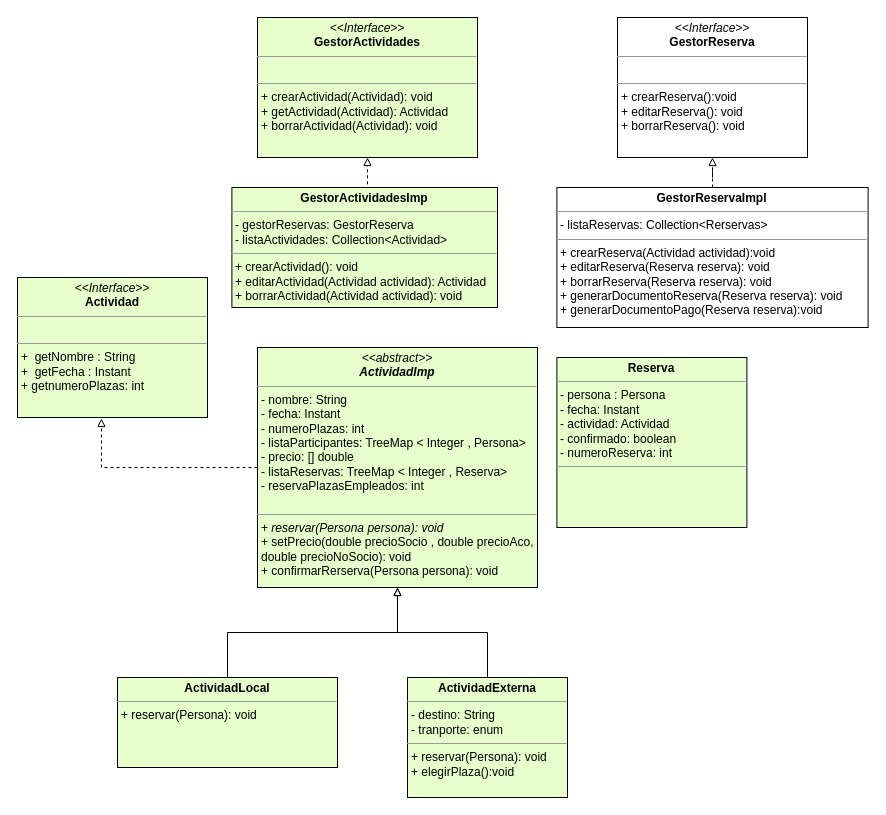
This is Diagramas/ALUMA modelo Domino.drawio from Rechus/Aluma-Back, a draw.io file, before an edit. Source tidied: cells renumbered, new cells numbered last; positions are measured from the earlier drawing's top-left corner, leaving out a move shared by most shapes. Both pictures are drawn from the tidied source at 100%, with x=0, y=0 at pixel (17, 17).
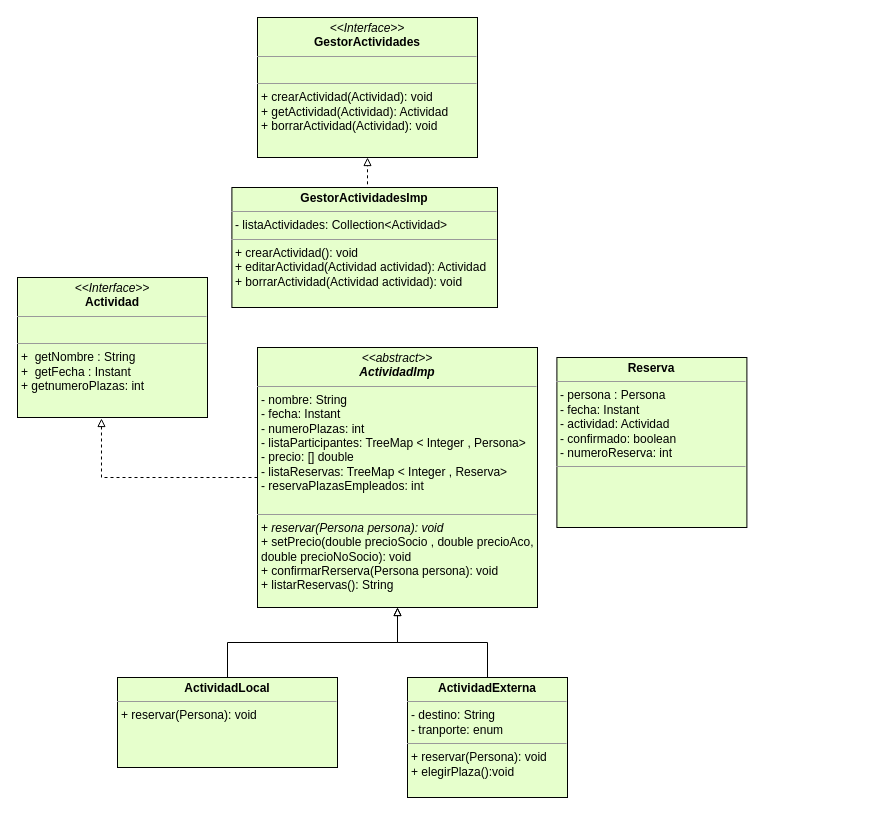
The same page after the edit.

Diff of the diagram source:
```diff
@@
 <mxGraphModel>
   <root>
     <mxCell id="0" />
     <mxCell id="1" parent="0" />
     <mxCell id="2" value="&lt;p style=&quot;margin: 0px ; margin-top: 4px ; text-align: center&quot;&gt;&lt;i&gt;&amp;lt;&amp;lt;Interface&amp;gt;&amp;gt;&lt;/i&gt;&lt;br&gt;&lt;b&gt;GestorActividades&lt;/b&gt;&lt;/p&gt;&lt;hr size=&quot;1&quot;&gt;&lt;p style=&quot;margin: 0px ; margin-left: 4px&quot;&gt;&lt;br&gt;&lt;/p&gt;&lt;hr size=&quot;1&quot;&gt;&lt;p style=&quot;margin: 0px ; margin-left: 4px&quot;&gt;+ crearActividad(Actividad): void&lt;/p&gt;&lt;p style=&quot;margin: 0px ; margin-left: 4px&quot;&gt;+ getActividad(Actividad): Actividad&lt;/p&gt;&lt;p style=&quot;margin: 0px ; margin-left: 4px&quot;&gt;+ borrarActividad(Actividad): void&lt;br&gt;&lt;/p&gt;" style="verticalAlign=top;align=left;overflow=fill;fontSize=12;fontFamily=Helvetica;html=1;fillColor=#E6FFCC;" parent="1" vertex="1">
       <mxGeometry x="240" width="220" height="140" as="geometry" />
     </mxCell>
     <mxCell id="3" style="edgeStyle=orthogonalEdgeStyle;rounded=0;jettySize=auto;html=1;exitX=0.5;exitY=0;exitDx=0;exitDy=0;entryX=0.5;entryY=1;entryDx=0;entryDy=0;dashed=1;endArrow=block;endFill=0;" parent="1" edge="1" source="4" target="2">
       <mxGeometry relative="1" as="geometry" />
     </mxCell>
-    <mxCell id="4" value="&lt;p style=&quot;margin: 0px ; margin-top: 4px ; text-align: center&quot;&gt;&lt;b&gt;GestorActividadesImp&lt;/b&gt;&lt;/p&gt;&lt;hr size=&quot;1&quot;&gt;&lt;p style=&quot;margin: 0px ; margin-left: 4px&quot;&gt;- gestorReservas: GestorReserva&lt;/p&gt;&lt;p style=&quot;margin: 0px ; margin-left: 4px&quot;&gt;- listaActividades: Collection&amp;lt;Actividad&amp;gt;&lt;/p&gt;&lt;hr size=&quot;1&quot;&gt;&lt;p style=&quot;margin: 0px 0px 0px 4px&quot;&gt;+ crearActividad(): void&lt;/p&gt;&lt;p style=&quot;margin: 0px 0px 0px 4px&quot;&gt;+ editarActividad(Actividad actividad): Actividad&lt;/p&gt;&lt;p style=&quot;margin: 0px 0px 0px 4px&quot;&gt;+ borrarActividad(Actividad actividad): void&lt;/p&gt;" style="verticalAlign=top;align=left;overflow=fill;fontSize=12;fontFamily=Helvetica;html=1;fillColor=#E6FFCC;" parent="1" vertex="1">
+    <mxCell id="4" value="&lt;p style=&quot;margin: 0px ; margin-top: 4px ; text-align: center&quot;&gt;&lt;b&gt;GestorActividadesImp&lt;/b&gt;&lt;/p&gt;&lt;hr size=&quot;1&quot;&gt;&lt;p style=&quot;margin: 0px ; margin-left: 4px&quot;&gt;&lt;span&gt;- listaActividades: Collection&amp;lt;Actividad&amp;gt;&lt;/span&gt;&lt;br&gt;&lt;/p&gt;&lt;hr size=&quot;1&quot;&gt;&lt;p style=&quot;margin: 0px 0px 0px 4px&quot;&gt;+ crearActividad(): void&lt;/p&gt;&lt;p style=&quot;margin: 0px 0px 0px 4px&quot;&gt;+ editarActividad(Actividad actividad): Actividad&lt;/p&gt;&lt;p style=&quot;margin: 0px 0px 0px 4px&quot;&gt;+ borrarActividad(Actividad actividad): void&lt;/p&gt;" style="verticalAlign=top;align=left;overflow=fill;fontSize=12;fontFamily=Helvetica;html=1;fillColor=#E6FFCC;" parent="1" vertex="1">
       <mxGeometry x="214.4" y="170" width="265.6" height="120" as="geometry" />
     </mxCell>
     <mxCell id="5" style="edgeStyle=orthogonalEdgeStyle;rounded=0;jettySize=auto;html=1;dashed=1;endArrow=block;endFill=0;entryX=0.442;entryY=1.007;entryDx=0;entryDy=0;entryPerimeter=0;" parent="1" edge="1" source="6" target="14">
       <mxGeometry relative="1" as="geometry" />
     </mxCell>
-    <mxCell id="6" value="&lt;p style=&quot;margin: 0px ; margin-top: 4px ; text-align: center&quot;&gt;&lt;i&gt;&amp;lt;&amp;lt;abstract&amp;gt;&amp;gt;&lt;/i&gt;&lt;br&gt;&lt;b&gt;&lt;i&gt;ActividadImp&lt;/i&gt;&lt;/b&gt;&lt;/p&gt;&lt;hr size=&quot;1&quot;&gt;&lt;p style=&quot;margin: 0px ; margin-left: 4px&quot;&gt;- nombre: String&lt;br&gt;- fecha: Instant&lt;/p&gt;&lt;p style=&quot;margin: 0px ; margin-left: 4px&quot;&gt;- numeroPlazas: int&lt;/p&gt;&lt;p style=&quot;margin: 0px ; margin-left: 4px&quot;&gt;- listaParticipantes: TreeMap &amp;lt; Integer , Persona&amp;gt;&lt;br&gt;&lt;/p&gt;&lt;p style=&quot;margin: 0px ; margin-left: 4px&quot;&gt;- precio: [] double&lt;/p&gt;&lt;p style=&quot;margin: 0px ; margin-left: 4px&quot;&gt;- listaReservas: TreeMap &amp;lt; Integer , Reserva&amp;gt;&lt;/p&gt;&lt;p style=&quot;margin: 0px ; margin-left: 4px&quot;&gt;- reservaPlazasEmpleados: int&lt;/p&gt;&lt;p style=&quot;margin: 0px ; margin-left: 4px&quot;&gt;&lt;br&gt;&lt;/p&gt;&lt;hr size=&quot;1&quot;&gt;&lt;p style=&quot;margin: 0px ; margin-left: 4px&quot;&gt;+ &lt;i&gt;reservar(Persona persona): void&lt;/i&gt;&lt;/p&gt;&lt;p style=&quot;margin: 0px ; margin-left: 4px&quot;&gt;+ setPrecio(double precioSocio , double precioAco,&lt;/p&gt;&lt;p style=&quot;margin: 0px ; margin-left: 4px&quot;&gt;double precioNoSocio): void&lt;/p&gt;&lt;p style=&quot;margin: 0px ; margin-left: 4px&quot;&gt;+ confirmarRerserva(Persona persona): void&lt;/p&gt;&lt;p style=&quot;margin: 0px ; margin-left: 4px&quot;&gt;&lt;br&gt;&lt;/p&gt;&lt;p style=&quot;margin: 0px ; margin-left: 4px&quot;&gt;&lt;br&gt;&lt;/p&gt;" style="verticalAlign=top;align=left;overflow=fill;fontSize=12;fontFamily=Helvetica;html=1;fillColor=#E6FFCC;" parent="1" vertex="1">
-      <mxGeometry x="240" y="330" width="280" height="240" as="geometry" />
+    <mxCell id="6" value="&lt;p style=&quot;margin: 0px ; margin-top: 4px ; text-align: center&quot;&gt;&lt;i&gt;&amp;lt;&amp;lt;abstract&amp;gt;&amp;gt;&lt;/i&gt;&lt;br&gt;&lt;b&gt;&lt;i&gt;ActividadImp&lt;/i&gt;&lt;/b&gt;&lt;/p&gt;&lt;hr size=&quot;1&quot;&gt;&lt;p style=&quot;margin: 0px ; margin-left: 4px&quot;&gt;- nombre: String&lt;br&gt;- fecha: Instant&lt;/p&gt;&lt;p style=&quot;margin: 0px ; margin-left: 4px&quot;&gt;- numeroPlazas: int&lt;/p&gt;&lt;p style=&quot;margin: 0px ; margin-left: 4px&quot;&gt;- listaParticipantes: TreeMap &amp;lt; Integer , Persona&amp;gt;&lt;br&gt;&lt;/p&gt;&lt;p style=&quot;margin: 0px ; margin-left: 4px&quot;&gt;- precio: [] double&lt;/p&gt;&lt;p style=&quot;margin: 0px ; margin-left: 4px&quot;&gt;- listaReservas: TreeMap &amp;lt; Integer , Reserva&amp;gt;&lt;/p&gt;&lt;p style=&quot;margin: 0px ; margin-left: 4px&quot;&gt;- reservaPlazasEmpleados: int&lt;/p&gt;&lt;p style=&quot;margin: 0px ; margin-left: 4px&quot;&gt;&lt;br&gt;&lt;/p&gt;&lt;hr size=&quot;1&quot;&gt;&lt;p style=&quot;margin: 0px ; margin-left: 4px&quot;&gt;+ &lt;i&gt;reservar(Persona persona): void&lt;/i&gt;&lt;/p&gt;&lt;p style=&quot;margin: 0px ; margin-left: 4px&quot;&gt;+ setPrecio(double precioSocio , double precioAco,&lt;/p&gt;&lt;p style=&quot;margin: 0px ; margin-left: 4px&quot;&gt;double precioNoSocio): void&lt;/p&gt;&lt;p style=&quot;margin: 0px ; margin-left: 4px&quot;&gt;+ confirmarRerserva(Persona persona): void&lt;/p&gt;&lt;p style=&quot;margin: 0px ; margin-left: 4px&quot;&gt;+ listarReservas(): String&lt;/p&gt;&lt;p style=&quot;margin: 0px ; margin-left: 4px&quot;&gt;&lt;br&gt;&lt;/p&gt;&lt;p style=&quot;margin: 0px ; margin-left: 4px&quot;&gt;&lt;br&gt;&lt;/p&gt;" style="verticalAlign=top;align=left;overflow=fill;fontSize=12;fontFamily=Helvetica;html=1;fillColor=#E6FFCC;" parent="1" vertex="1">
+      <mxGeometry x="240" y="330" width="280" height="260" as="geometry" />
     </mxCell>
     <mxCell id="7" style="edgeStyle=orthogonalEdgeStyle;rounded=0;jettySize=auto;html=1;exitX=0.5;exitY=0;exitDx=0;exitDy=0;endArrow=block;endFill=0;" parent="1" edge="1" source="8" target="6">
       <mxGeometry relative="1" as="geometry" />
     </mxCell>
     <mxCell id="8" value="&lt;p style=&quot;margin: 0px ; margin-top: 4px ; text-align: center&quot;&gt;&lt;b&gt;ActividadLocal&lt;/b&gt;&lt;/p&gt;&lt;hr size=&quot;1&quot;&gt;&lt;p style=&quot;margin: 0px ; margin-left: 4px&quot;&gt;&lt;/p&gt;&lt;p style=&quot;margin: 0px ; margin-left: 4px&quot;&gt;+ reservar(Persona): void&lt;/p&gt;" style="verticalAlign=top;align=left;overflow=fill;fontSize=12;fontFamily=Helvetica;html=1;fillColor=#E6FFCC;" parent="1" vertex="1">
       <mxGeometry x="100" y="660" width="220" height="90" as="geometry" />
     </mxCell>
     <mxCell id="9" style="edgeStyle=orthogonalEdgeStyle;rounded=0;jettySize=auto;html=1;exitX=0.5;exitY=0;exitDx=0;exitDy=0;entryX=0.5;entryY=1;entryDx=0;entryDy=0;endArrow=block;endFill=0;" parent="1" edge="1" source="10" target="6">
       <mxGeometry relative="1" as="geometry" />
     </mxCell>
     <mxCell id="10" value="&lt;p style=&quot;margin: 0px ; margin-top: 4px ; text-align: center&quot;&gt;&lt;b&gt;ActividadExterna&lt;/b&gt;&lt;/p&gt;&lt;hr size=&quot;1&quot;&gt;&lt;p style=&quot;margin: 0px ; margin-left: 4px&quot;&gt;&lt;span&gt;- destino: String&lt;/span&gt;&lt;br&gt;&lt;/p&gt;&lt;p style=&quot;margin: 0px ; margin-left: 4px&quot;&gt;- tranporte: enum&amp;nbsp;&lt;/p&gt;&lt;hr size=&quot;1&quot;&gt;&lt;p style=&quot;margin: 0px ; margin-left: 4px&quot;&gt;+ reservar(Persona): void&lt;/p&gt;&lt;p style=&quot;margin: 0px ; margin-left: 4px&quot;&gt;+ elegirPlaza():void&lt;/p&gt;" style="verticalAlign=top;align=left;overflow=fill;fontSize=12;fontFamily=Helvetica;html=1;fillColor=#E6FFCC;" parent="1" vertex="1">
       <mxGeometry x="390" y="660" width="160" height="120" as="geometry" />
     </mxCell>
-    <mxCell id="11" value="&lt;p style=&quot;margin: 0px ; margin-top: 4px ; text-align: center&quot;&gt;&lt;i&gt;&amp;lt;&amp;lt;Interface&amp;gt;&amp;gt;&lt;/i&gt;&lt;br&gt;&lt;b&gt;GestorReserva&lt;/b&gt;&lt;/p&gt;&lt;hr size=&quot;1&quot;&gt;&lt;p style=&quot;margin: 0px ; margin-left: 4px&quot;&gt;&lt;br&gt;&lt;/p&gt;&lt;hr size=&quot;1&quot;&gt;&lt;p style=&quot;margin: 0px ; margin-left: 4px&quot;&gt;+ crearReserva():void&lt;/p&gt;&lt;p style=&quot;margin: 0px ; margin-left: 4px&quot;&gt;+ editarReserva(): void&lt;/p&gt;&lt;p style=&quot;margin: 0px ; margin-left: 4px&quot;&gt;+ borrarReserva(): void&lt;br&gt;&lt;/p&gt;" style="verticalAlign=top;align=left;overflow=fill;fontSize=12;fontFamily=Helvetica;html=1;" parent="1" vertex="1">
-      <mxGeometry x="600" width="190" height="140" as="geometry" />
-    </mxCell>
-    <mxCell id="12" style="edgeStyle=orthogonalEdgeStyle;rounded=0;jettySize=auto;html=1;endArrow=block;endFill=0;dashed=1;" parent="1" edge="1" source="13" target="11">
-      <mxGeometry relative="1" as="geometry" />
-    </mxCell>
-    <mxCell id="13" value="&lt;p style=&quot;margin: 0px ; margin-top: 4px ; text-align: center&quot;&gt;&lt;b&gt;GestorReservaImpl&lt;/b&gt;&lt;/p&gt;&lt;hr size=&quot;1&quot;&gt;&lt;p style=&quot;margin: 0px ; margin-left: 4px&quot;&gt;&lt;span&gt;- listaReservas: Collection&amp;lt;Rerservas&amp;gt;&lt;/span&gt;&lt;br&gt;&lt;/p&gt;&lt;hr size=&quot;1&quot;&gt;&lt;p style=&quot;margin: 0px 0px 0px 4px&quot;&gt;+ crearReserva(Actividad actividad):void&lt;/p&gt;&lt;p style=&quot;margin: 0px 0px 0px 4px&quot;&gt;+ editarReserva(Reserva reserva): void&lt;/p&gt;&lt;p style=&quot;margin: 0px 0px 0px 4px&quot;&gt;+ borrarReserva(Reserva reserva): void&lt;/p&gt;&lt;p style=&quot;margin: 0px 0px 0px 4px&quot;&gt;+ generarDocumentoReserva(Reserva reserva): void&lt;/p&gt;&lt;p style=&quot;margin: 0px 0px 0px 4px&quot;&gt;+ generarDocumentoPago(Reserva reserva):void&lt;/p&gt;&lt;p style=&quot;margin: 0px 0px 0px 4px&quot;&gt;&lt;br&gt;&lt;/p&gt;" style="verticalAlign=top;align=left;overflow=fill;fontSize=12;fontFamily=Helvetica;html=1;" parent="1" vertex="1">
-      <mxGeometry x="539.4" y="170" width="311.2" height="140" as="geometry" />
-    </mxCell>
     <mxCell id="14" value="&lt;p style=&quot;margin: 0px ; margin-top: 4px ; text-align: center&quot;&gt;&lt;i&gt;&amp;lt;&amp;lt;Interface&amp;gt;&amp;gt;&lt;/i&gt;&lt;br&gt;&lt;b&gt;Actividad&lt;/b&gt;&lt;/p&gt;&lt;hr size=&quot;1&quot;&gt;&lt;p style=&quot;margin: 0px ; margin-left: 4px&quot;&gt;&lt;br&gt;&lt;/p&gt;&lt;hr size=&quot;1&quot;&gt;&lt;p style=&quot;margin: 0px ; margin-left: 4px&quot;&gt;+&amp;nbsp; getNombre : String&lt;br&gt;+&amp;nbsp; getFecha : Instant&lt;/p&gt;&lt;p style=&quot;margin: 0px ; margin-left: 4px&quot;&gt;+ getnumeroPlazas: int&lt;/p&gt;" style="verticalAlign=top;align=left;overflow=fill;fontSize=12;fontFamily=Helvetica;html=1;fillColor=#E6FFCC;" parent="1" vertex="1">
       <mxGeometry y="260" width="190" height="140" as="geometry" />
     </mxCell>
     <mxCell id="15" value="&lt;p style=&quot;margin: 0px ; margin-top: 4px ; text-align: center&quot;&gt;&lt;b&gt;Reserva&lt;/b&gt;&lt;/p&gt;&lt;hr size=&quot;1&quot;&gt;&lt;p style=&quot;margin: 0px ; margin-left: 4px&quot;&gt;&lt;span&gt;- persona : Persona&amp;nbsp;&lt;/span&gt;&lt;br&gt;&lt;/p&gt;&lt;p style=&quot;margin: 0px ; margin-left: 4px&quot;&gt;- fecha: Instant&lt;/p&gt;&lt;p style=&quot;margin: 0px ; margin-left: 4px&quot;&gt;- actividad: Actividad&lt;/p&gt;&lt;p style=&quot;margin: 0px ; margin-left: 4px&quot;&gt;- confirmado: boolean&lt;/p&gt;&lt;p style=&quot;margin: 0px ; margin-left: 4px&quot;&gt;- numeroReserva: int&lt;/p&gt;&lt;hr size=&quot;1&quot;&gt;&lt;p style=&quot;margin: 0px ; margin-left: 4px&quot;&gt;&lt;br&gt;&lt;br&gt;&lt;/p&gt;" style="verticalAlign=top;align=left;overflow=fill;fontSize=12;fontFamily=Helvetica;html=1;fillColor=#E6FFCC;" parent="1" vertex="1">
       <mxGeometry x="539.4" y="340" width="190" height="170" as="geometry" />
     </mxCell>
   </root>
 </mxGraphModel>
```
